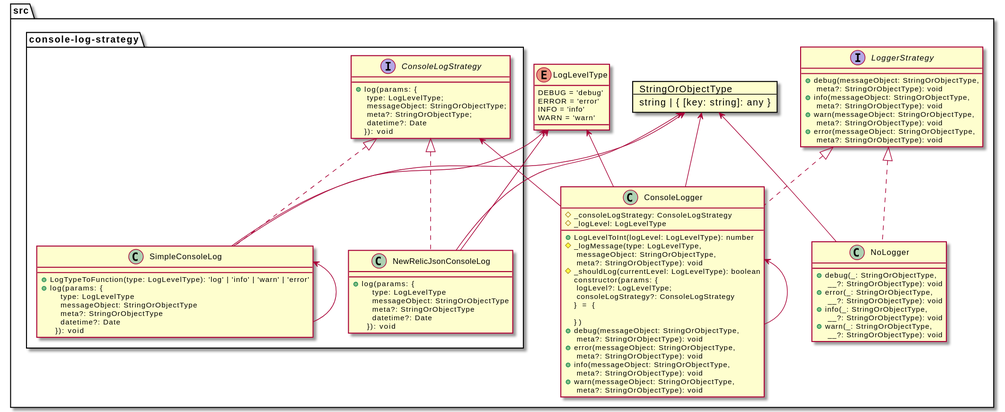
The PlantUML diagram resource/doc/vision/vision.svg in beecode-rs/msh-node-log, before a commit. Its diagram source:
```plantuml
@startuml
    folder "src" as src_b874d07 {
      class "ConsoleLogger" as console_logger_d9ae554f {
        + LogLevelToInt(logLevel: LogLevelType): number
        # _consoleLogStrategy: ConsoleLogStrategy
        # _logLevel: LogLevelType
        # _logMessage(type: LogLevelType,\n messageObject: StringOrObjectType,\n meta?: StringOrObjectType): void
        # _shouldLog(currentLevel: LogLevelType): boolean
        constructor(params: {\n logLevel?: LogLevelType;\n consoleLogStrategy?: ConsoleLogStrategy \n} = {\n\n})
        + debug(messageObject: StringOrObjectType,\n meta?: StringOrObjectType): void
        + error(messageObject: StringOrObjectType,\n meta?: StringOrObjectType): void
        + info(messageObject: StringOrObjectType,\n meta?: StringOrObjectType): void
        + warn(messageObject: StringOrObjectType,\n meta?: StringOrObjectType): void
      }
      enum "LogLevelType" as log_level_type_94add8b {
        DEBUG = 'debug'
        ERROR = 'error'
        INFO = 'info'
        WARN = 'warn'
      }
      card string_or_object_type_765b9703 [
        StringOrObjectType
        ---
        string | { [key: string]: any }
      ]
      interface "LoggerStrategy" as logger_strategy_765b9703 {
        + debug(messageObject: StringOrObjectType,\n meta?: StringOrObjectType): void
        + info(messageObject: StringOrObjectType,\n meta?: StringOrObjectType): void
        + warn(messageObject: StringOrObjectType,\n meta?: StringOrObjectType): void
        + error(messageObject: StringOrObjectType,\n meta?: StringOrObjectType): void
      }
      class "NoLogger" as no_logger_efb5639 {
        + debug(_: StringOrObjectType,\n __?: StringOrObjectType): void
        + error(_: StringOrObjectType,\n __?: StringOrObjectType): void
        + info(_: StringOrObjectType,\n __?: StringOrObjectType): void
        + warn(_: StringOrObjectType,\n __?: StringOrObjectType): void
      }
      folder "console-log-strategy" as console_log_strategy_5838fe20 {
        interface "ConsoleLogStrategy" as console_log_strategy_7d0f5d8e {
          + log(params: {\n type: LogLevelType;\n messageObject: StringOrObjectType;\n meta?: StringOrObjectType;\n datetime?: Date \n}): void
        }
        class "NewRelicJsonConsoleLog" as new_relic_json_console_log_cea23840 {
          + log(params: {\n    type: LogLevelType\n    messageObject: StringOrObjectType\n    meta?: StringOrObjectType\n    datetime?: Date\n  }): void
        }
        class "SimpleConsoleLog" as simple_console_log_8617eebb {
          + LogTypeToFunction(type: LogLevelType): 'log' | 'info' | 'warn' | 'error'
          + log(params: {\n    type: LogLevelType\n    messageObject: StringOrObjectType\n    meta?: StringOrObjectType\n    datetime?: Date\n  }): void
        }
      }
    }
  new_relic_json_console_log_cea23840 -up-> log_level_type_94add8b
  new_relic_json_console_log_cea23840 -up-> string_or_object_type_765b9703
  new_relic_json_console_log_cea23840 .up.|> console_log_strategy_7d0f5d8e
  simple_console_log_8617eebb -up-> log_level_type_94add8b
  simple_console_log_8617eebb -up-> string_or_object_type_765b9703
  simple_console_log_8617eebb -up-> simple_console_log_8617eebb
  simple_console_log_8617eebb .up.|> console_log_strategy_7d0f5d8e
  console_logger_d9ae554f -up-> console_log_strategy_7d0f5d8e
  console_logger_d9ae554f -up-> log_level_type_94add8b
  console_logger_d9ae554f -up-> string_or_object_type_765b9703
  console_logger_d9ae554f -up-> console_logger_d9ae554f
  console_logger_d9ae554f .up.|> logger_strategy_765b9703
  no_logger_efb5639 -up-> string_or_object_type_765b9703
  no_logger_efb5639 .up.|> logger_strategy_765b9703
@enduml
```
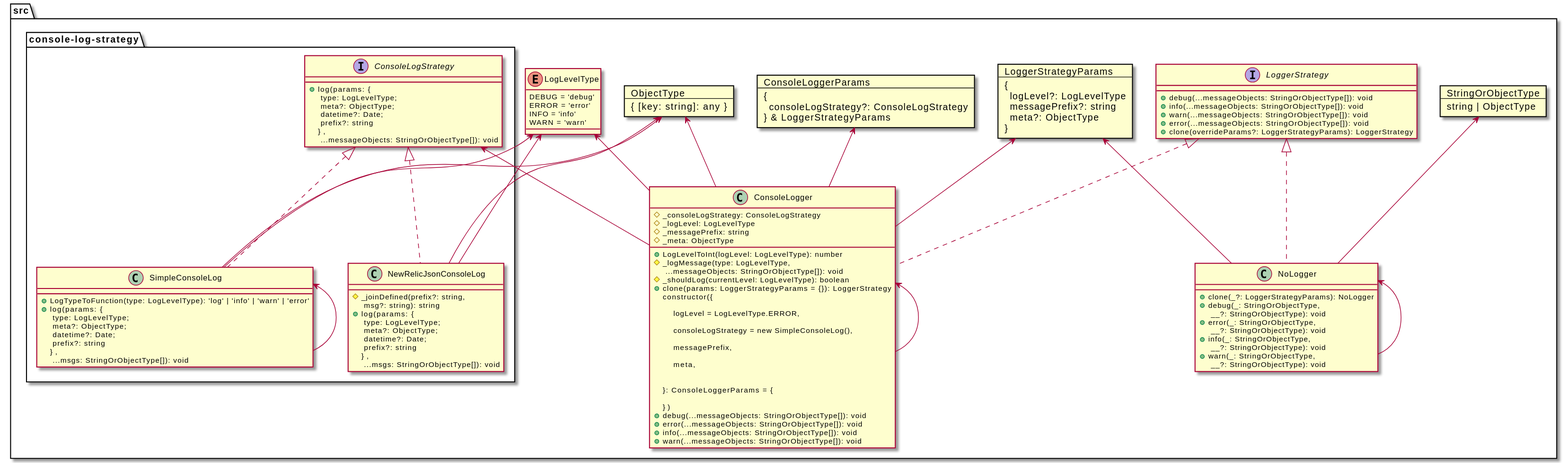
Above is the later version.

Change to the diagram source:
```diff
@@ -1,16 +1,26 @@
 @startuml
     folder "src" as src_b874d07 {
+      card console_logger_params_d9ae554f [
+        ConsoleLoggerParams
+        ---
+        {
+          consoleLogStrategy?: ConsoleLogStrategy
+        } & LoggerStrategyParams
+      ]
       class "ConsoleLogger" as console_logger_d9ae554f {
         + LogLevelToInt(logLevel: LogLevelType): number
         # _consoleLogStrategy: ConsoleLogStrategy
         # _logLevel: LogLevelType
-        # _logMessage(type: LogLevelType,\n messageObject: StringOrObjectType,\n meta?: StringOrObjectType): void
+        # _logMessage(type: LogLevelType,\n ...messageObjects: StringOrObjectType[]): void
+        # _messagePrefix: string
+        # _meta: ObjectType
         # _shouldLog(currentLevel: LogLevelType): boolean
-        constructor(params: {\n logLevel?: LogLevelType;\n consoleLogStrategy?: ConsoleLogStrategy \n} = {\n\n})
-        + debug(messageObject: StringOrObjectType,\n meta?: StringOrObjectType): void
-        + error(messageObject: StringOrObjectType,\n meta?: StringOrObjectType): void
-        + info(messageObject: StringOrObjectType,\n meta?: StringOrObjectType): void
-        + warn(messageObject: StringOrObjectType,\n meta?: StringOrObjectType): void
+        + clone(params: LoggerStrategyParams = {}): LoggerStrategy
+        constructor({\n\n    logLevel = LogLevelType.ERROR,\n\n    consoleLogStrategy = new SimpleConsoleLog(),\n\n    messagePrefix,\n\n    meta,\n\n  \n}: ConsoleLoggerParams = {\n\n})
+        + debug(...messageObjects: StringOrObjectType[]): void
+        + error(...messageObjects: StringOrObjectType[]): void
+        + info(...messageObjects: StringOrObjectType[]): void
+        + warn(...messageObjects: StringOrObjectType[]): void
       }
       enum "LogLevelType" as log_level_type_94add8b {
         DEBUG = 'debug'
@@ -18,18 +28,34 @@
         INFO = 'info'
         WARN = 'warn'
       }
+      card object_type_765b9703 [
+        ObjectType
+        ---
+        { [key: string]: any }
+      ]
       card string_or_object_type_765b9703 [
         StringOrObjectType
         ---
-        string | { [key: string]: any }
+        string | ObjectType
+      ]
+      card logger_strategy_params_765b9703 [
+        LoggerStrategyParams
+        ---
+        {
+          logLevel?: LogLevelType
+          messagePrefix?: string
+          meta?: ObjectType
+        }
       ]
       interface "LoggerStrategy" as logger_strategy_765b9703 {
-        + debug(messageObject: StringOrObjectType,\n meta?: StringOrObjectType): void
-        + info(messageObject: StringOrObjectType,\n meta?: StringOrObjectType): void
-        + warn(messageObject: StringOrObjectType,\n meta?: StringOrObjectType): void
-        + error(messageObject: StringOrObjectType,\n meta?: StringOrObjectType): void
+        + debug(...messageObjects: StringOrObjectType[]): void
+        + info(...messageObjects: StringOrObjectType[]): void
+        + warn(...messageObjects: StringOrObjectType[]): void
+        + error(...messageObjects: StringOrObjectType[]): void
+        + clone(overrideParams?: LoggerStrategyParams): LoggerStrategy
       }
       class "NoLogger" as no_logger_efb5639 {
+        + clone(_?: LoggerStrategyParams): NoLogger
         + debug(_: StringOrObjectType,\n __?: StringOrObjectType): void
         + error(_: StringOrObjectType,\n __?: StringOrObjectType): void
         + info(_: StringOrObjectType,\n __?: StringOrObjectType): void
@@ -37,29 +63,34 @@
       }
       folder "console-log-strategy" as console_log_strategy_5838fe20 {
         interface "ConsoleLogStrategy" as console_log_strategy_7d0f5d8e {
-          + log(params: {\n type: LogLevelType;\n messageObject: StringOrObjectType;\n meta?: StringOrObjectType;\n datetime?: Date \n}): void
+          + log(params: {\n type: LogLevelType;\n meta?: ObjectType;\n datetime?: Date;\n prefix?: string \n},\n ...messageObjects: StringOrObjectType[]): void
         }
         class "NewRelicJsonConsoleLog" as new_relic_json_console_log_cea23840 {
-          + log(params: {\n    type: LogLevelType\n    messageObject: StringOrObjectType\n    meta?: StringOrObjectType\n    datetime?: Date\n  }): void
+          # _joinDefined(prefix?: string,\n msg?: string): string
+          + log(params: {\n type: LogLevelType;\n meta?: ObjectType;\n datetime?: Date;\n prefix?: string \n},\n ...msgs: StringOrObjectType[]): void
         }
         class "SimpleConsoleLog" as simple_console_log_8617eebb {
           + LogTypeToFunction(type: LogLevelType): 'log' | 'info' | 'warn' | 'error'
-          + log(params: {\n    type: LogLevelType\n    messageObject: StringOrObjectType\n    meta?: StringOrObjectType\n    datetime?: Date\n  }): void
+          + log(params: {\n type: LogLevelType;\n meta?: ObjectType;\n datetime?: Date;\n prefix?: string \n},\n ...msgs: StringOrObjectType[]): void
         }
       }
     }
   new_relic_json_console_log_cea23840 -up-> log_level_type_94add8b
-  new_relic_json_console_log_cea23840 -up-> string_or_object_type_765b9703
+  new_relic_json_console_log_cea23840 -up-> object_type_765b9703
   new_relic_json_console_log_cea23840 .up.|> console_log_strategy_7d0f5d8e
   simple_console_log_8617eebb -up-> log_level_type_94add8b
-  simple_console_log_8617eebb -up-> string_or_object_type_765b9703
+  simple_console_log_8617eebb -up-> object_type_765b9703
   simple_console_log_8617eebb -up-> simple_console_log_8617eebb
   simple_console_log_8617eebb .up.|> console_log_strategy_7d0f5d8e
   console_logger_d9ae554f -up-> console_log_strategy_7d0f5d8e
   console_logger_d9ae554f -up-> log_level_type_94add8b
-  console_logger_d9ae554f -up-> string_or_object_type_765b9703
+  console_logger_d9ae554f -up-> logger_strategy_params_765b9703
+  console_logger_d9ae554f -up-> object_type_765b9703
+  console_logger_d9ae554f -up-> console_logger_params_d9ae554f
   console_logger_d9ae554f -up-> console_logger_d9ae554f
   console_logger_d9ae554f .up.|> logger_strategy_765b9703
+  no_logger_efb5639 -up-> logger_strategy_params_765b9703
   no_logger_efb5639 -up-> string_or_object_type_765b9703
+  no_logger_efb5639 -up-> no_logger_efb5639
   no_logger_efb5639 .up.|> logger_strategy_765b9703
 @enduml
```
